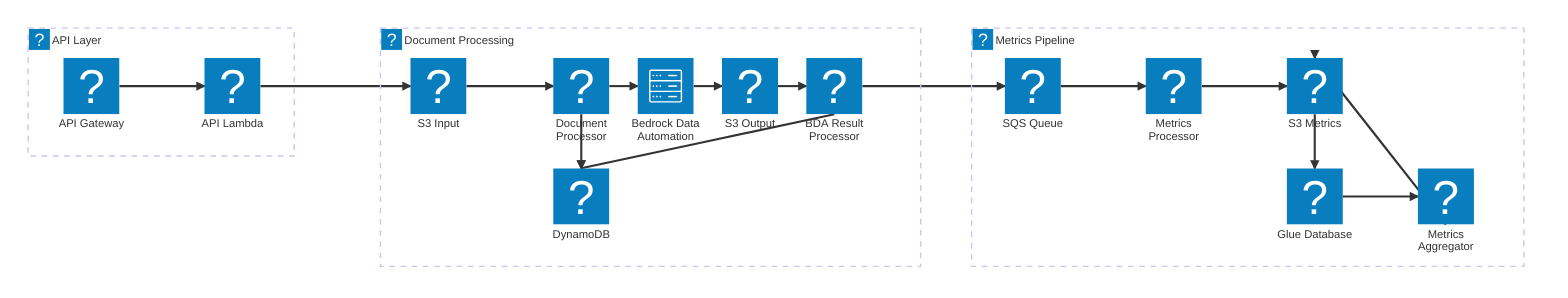
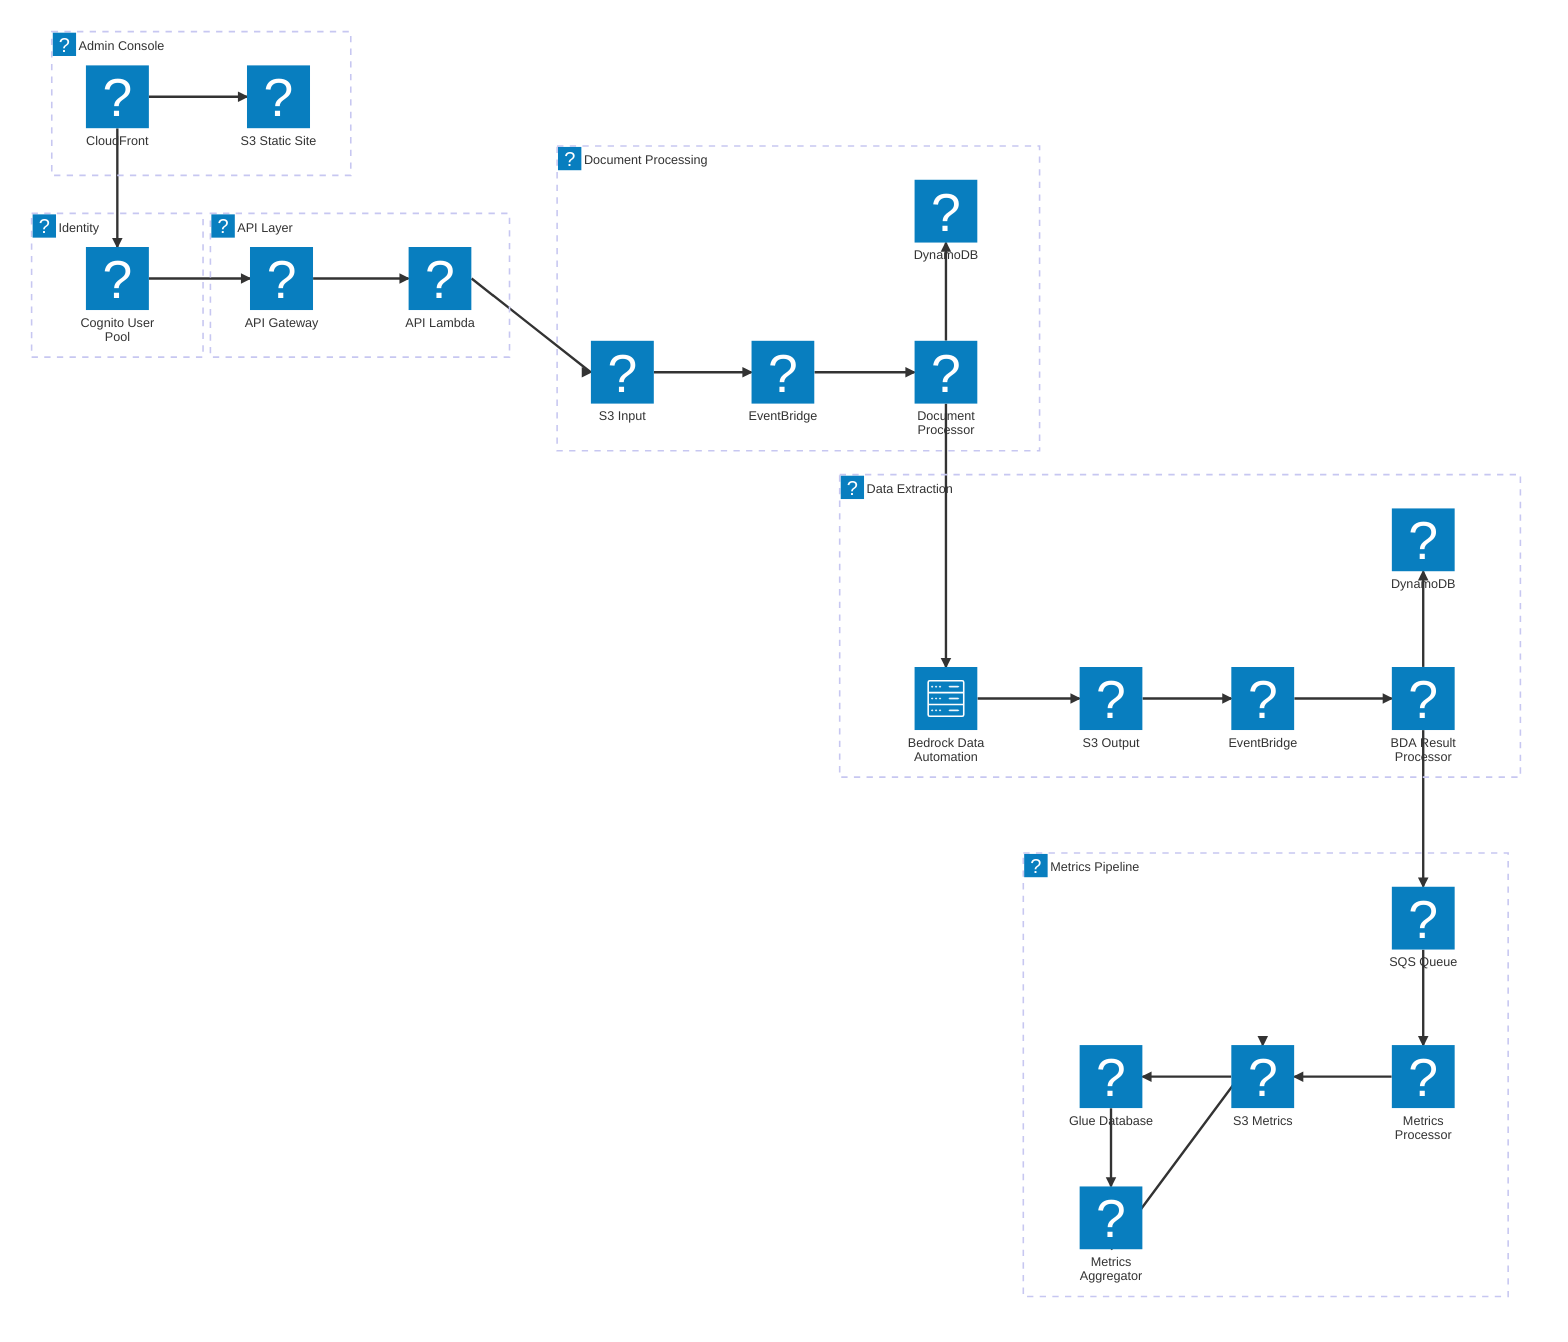
architecture-beta
+     group admin(logos:aws-cloudfront)[Admin Console]
+     group auth(logos:aws-cognito)[Identity]
    group api(logos:aws-vpc)[API Layer]
    group processing(logos:aws-vpc)[Document Processing]
+     group data-extraction(logos:aws-vpc)[Data Extraction]
    group metrics(logos:aws-vpc)[Metrics Pipeline]
+ 
+     service cloudfront(logos:aws-cloudfront)[CloudFront] in admin
+     service s3ui(logos:aws-s3)[S3 Static Site] in admin
+ 
+     service cognito(logos:aws-cognito)[Cognito User Pool] in auth

    service apigw(logos:aws-api-gateway)[API Gateway] in api
    service api-lambda(logos:aws-lambda)[API Lambda] in api

    service s3input(logos:aws-s3)[S3 Input] in processing
+     service eventbridge1(logos:aws-eventbridge)[EventBridge] in processing
    service document-processor(logos:aws-lambda)[Document Processor] in processing
-     service bedrock(server)[Bedrock Data Automation] in processing
-     service s3output(logos:aws-s3)[S3 Output] in processing
-     service bda-result-processor(logos:aws-lambda)[BDA Result Processor] in processing
    service ddb(logos:aws-dynamodb)[DynamoDB] in processing
- 
+     service bedrock(server)[Bedrock Data Automation] in data-extraction
+     service s3output(logos:aws-s3)[S3 Output] in data-extraction
+     service eventbridge2(logos:aws-eventbridge)[EventBridge] in data-extraction
+     service bda-result-processor(logos:aws-lambda)[BDA Result Processor] in data-extraction
+     service ddb2(logos:aws-dynamodb)[DynamoDB] in data-extraction
    service sqs(logos:aws-sqs)[SQS Queue] in metrics
    service metrics-processor(logos:aws-lambda)[Metrics Processor] in metrics
    service s3metrics(logos:aws-s3)[S3 Metrics] in metrics
    service glue(logos:aws-glue)[Glue Database] in metrics
    service metrics-aggregator(logos:aws-lambda)[Metrics Aggregator] in metrics

+     cloudfront:R --> L:s3ui
+     cloudfront:B --> T:cognito
+     cognito:R --> L:apigw
+ 
    apigw:R --> L:api-lambda
    api-lambda:R --> L:s3input
-     s3input:R --> L:document-processor
-     document-processor:R --> L:bedrock
-     document-processor:B --> T:ddb
+     s3input:R --> L:eventbridge1
+     eventbridge1:R --> L:document-processor
+     document-processor:B --> T:bedrock
+     document-processor:T --> B:ddb
    bedrock:R --> L:s3output
-     s3output:R --> L:bda-result-processor
-     bda-result-processor:B --> T:ddb
-     bda-result-processor:R --> L:sqs
-     sqs:R --> L:metrics-processor
-     metrics-processor:R --> L:s3metrics
-     s3metrics:B --> T:glue
-     glue:R --> L:metrics-aggregator
+     s3output:R --> L:eventbridge2
+     eventbridge2:R --> L:bda-result-processor
+     bda-result-processor:T --> B:ddb2
+     bda-result-processor:B --> T:sqs
+     sqs:B --> T:metrics-processor
+     metrics-processor:L --> R:s3metrics
+     s3metrics:L --> R:glue
+     glue:B --> T:metrics-aggregator
    metrics-aggregator:B --> T:s3metrics
